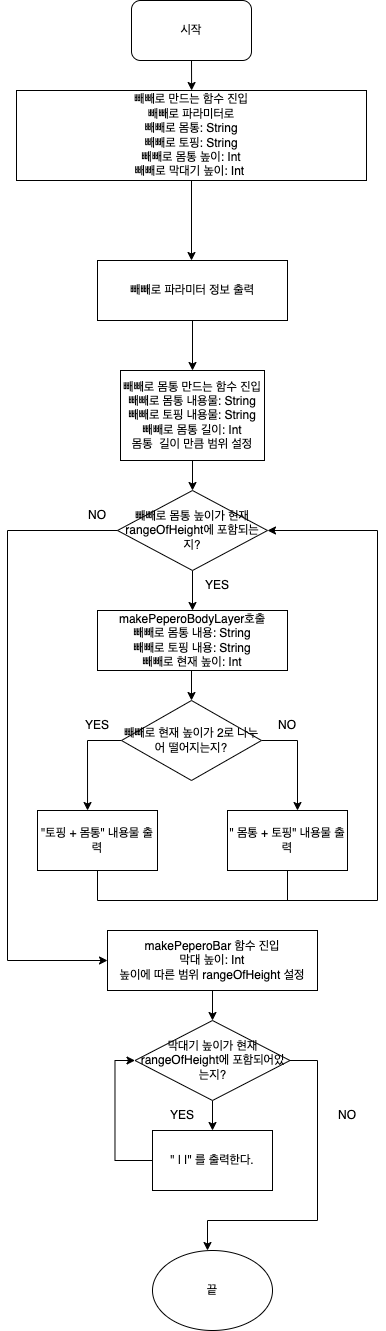
Above: Mission1_PeperoFlowChart.png in yagom-academy/swift-starter-Round1 (draw.io), before the change. Source tidied: cells renumbered, new cells last; positions are measured from the earlier drawing's top-left corner, leaving out a move shared by most shapes.
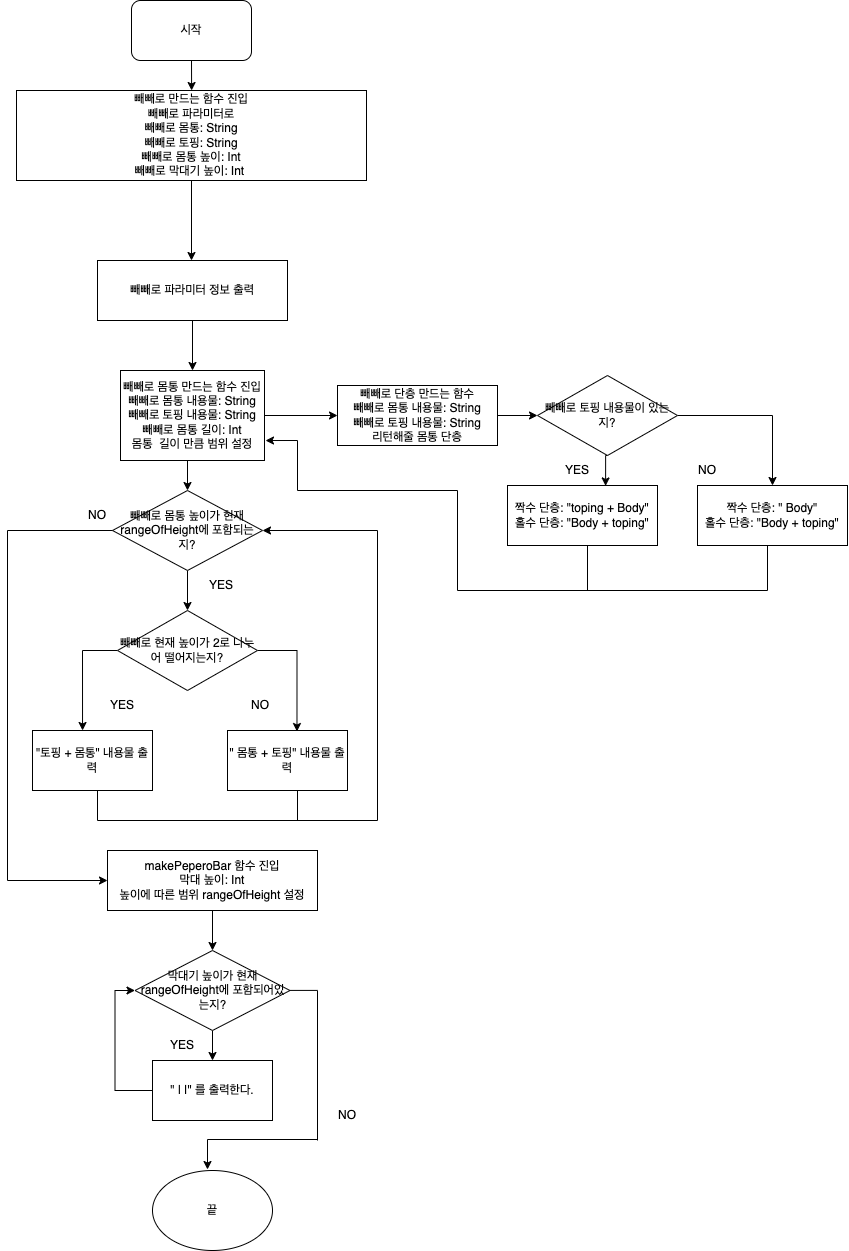
After the commit.

Commit message:
[docs] Mission1: Step3: 빼빼로 만들기 플로우 차트 반영

빼빼로 만들기 로직 변경에 따른 플로우 차트 변경사항을 반영한 패치입니다.

What changed in the source:
```diff
@@ -29,66 +29,57 @@
     <mxCell id="8" style="edgeStyle=orthogonalEdgeStyle;rounded=0;jettySize=auto;html=1;exitX=0.5;exitY=1;exitDx=0;exitDy=0;entryX=0.5;entryY=0;entryDx=0;entryDy=0;" parent="1" edge="1" source="9" target="11">
       <mxGeometry relative="1" as="geometry" />
     </mxCell>
+    <mxCell id="44" style="edgeStyle=orthogonalEdgeStyle;rounded=0;jettySize=auto;html=1;exitX=1;exitY=0.5;exitDx=0;exitDy=0;entryX=0;entryY=0.5;entryDx=0;entryDy=0;" parent="1" edge="1" source="9" target="47">
+      <mxGeometry relative="1" as="geometry" />
+    </mxCell>
     <mxCell id="9" value="빼빼로 몸통 만드는 함수 진입&lt;br&gt;빼빼로 몸통 내용물: String&lt;br&gt;빼빼로 토핑 내용물: String&lt;br&gt;빼빼로 몸통 길이: Int&lt;br&gt;몸통&amp;nbsp; 길이 만큼 범위 설정" style="rounded=0;whiteSpace=wrap;html=1;" parent="1" vertex="1">
       <mxGeometry x="113" y="370" width="144" height="90" as="geometry" />
     </mxCell>
-    <mxCell id="10" style="edgeStyle=orthogonalEdgeStyle;rounded=0;jettySize=auto;html=1;exitX=0.5;exitY=1;exitDx=0;exitDy=0;entryX=0.5;entryY=0;entryDx=0;entryDy=0;" parent="1" edge="1" source="11">
-      <mxGeometry relative="1" as="geometry">
-        <mxPoint x="185" y="610" as="targetPoint" />
-      </mxGeometry>
-    </mxCell>
+    <mxCell id="45" style="edgeStyle=orthogonalEdgeStyle;rounded=0;jettySize=auto;html=1;exitX=0.5;exitY=1;exitDx=0;exitDy=0;entryX=0.5;entryY=0;entryDx=0;entryDy=0;" parent="1" edge="1" source="11" target="17">
+      <mxGeometry relative="1" as="geometry" />
+    </mxCell>
     <mxCell id="11" value="빼빼로 몸통 높이가 현재 rangeOfHeight에 포함되는지?" style="rhombus;whiteSpace=wrap;html=1;" parent="1" vertex="1">
-      <mxGeometry x="110" y="490" width="150" height="80" as="geometry" />
+      <mxGeometry x="105" y="490" width="150" height="80" as="geometry" />
     </mxCell>
     <mxCell id="12" value="YES" style="text;html=1;strokeColor=none;fillColor=none;align=center;verticalAlign=middle;whiteSpace=wrap;rounded=0;" parent="1" vertex="1">
-      <mxGeometry x="180" y="570" width="60" height="30" as="geometry" />
+      <mxGeometry x="184" y="570" width="60" height="30" as="geometry" />
     </mxCell>
-    <mxCell id="13" style="edgeStyle=orthogonalEdgeStyle;rounded=0;jettySize=auto;html=1;entryX=0.5;entryY=0;entryDx=0;entryDy=0;" parent="1" edge="1" target="17">
-      <mxGeometry relative="1" as="geometry">
-        <mxPoint x="184" y="670" as="sourcePoint" />
-      </mxGeometry>
-    </mxCell>
-    <mxCell id="14" value="makePeperoBodyLayer호출&lt;br&gt;빼빼로 몸통 내용: String&lt;br&gt;빼빼로 토핑 내용: String&lt;br&gt;빼빼로 현재 높이: Int" style="rounded=0;whiteSpace=wrap;html=1;" parent="1" vertex="1">
-      <mxGeometry x="90" y="610" width="190" height="60" as="geometry" />
-    </mxCell>
-    <mxCell id="15" style="edgeStyle=orthogonalEdgeStyle;rounded=0;jettySize=auto;html=1;exitX=1;exitY=0.5;exitDx=0;exitDy=0;" parent="1" edge="1" source="17">
-      <mxGeometry relative="1" as="geometry">
-        <mxPoint x="290" y="810" as="targetPoint" />
-      </mxGeometry>
+    <mxCell id="15" style="edgeStyle=orthogonalEdgeStyle;rounded=0;jettySize=auto;html=1;exitX=1;exitY=0.5;exitDx=0;exitDy=0;entryX=0.579;entryY=0.017;entryDx=0;entryDy=0;entryPerimeter=0;" parent="1" edge="1" source="17" target="19">
+      <mxGeometry relative="1" as="geometry" />
     </mxCell>
     <mxCell id="16" style="edgeStyle=orthogonalEdgeStyle;rounded=0;jettySize=auto;html=1;exitX=0;exitY=0.5;exitDx=0;exitDy=0;entryX=0.417;entryY=0;entryDx=0;entryDy=0;entryPerimeter=0;" parent="1" edge="1" source="17" target="18">
       <mxGeometry relative="1" as="geometry" />
     </mxCell>
     <mxCell id="17" value="빼빼로 현재 높이가 2로 나누어 떨어지는지?" style="rhombus;whiteSpace=wrap;html=1;" parent="1" vertex="1">
-      <mxGeometry x="114" y="700" width="140" height="80" as="geometry" />
+      <mxGeometry x="110" y="610" width="140" height="80" as="geometry" />
     </mxCell>
     <mxCell id="18" value="&quot;토핑 + 몸통&quot; 내용물 출력" style="rounded=0;whiteSpace=wrap;html=1;" parent="1" vertex="1">
-      <mxGeometry x="30" y="810" width="120" height="60" as="geometry" />
+      <mxGeometry x="25" y="730" width="120" height="60" as="geometry" />
     </mxCell>
     <mxCell id="19" value="&quot; 몸통 + 토핑&quot; 내용물 출력" style="rounded=0;whiteSpace=wrap;html=1;" parent="1" vertex="1">
-      <mxGeometry x="220" y="810" width="120" height="60" as="geometry" />
+      <mxGeometry x="220" y="730" width="120" height="60" as="geometry" />
     </mxCell>
     <mxCell id="20" style="endArrow=none;html=1;rounded=0;" parent="1" edge="1">
       <mxGeometry relative="1" as="geometry">
-        <mxPoint x="90" y="900" as="sourcePoint" />
-        <mxPoint x="90" y="870" as="targetPoint" />
+        <mxPoint x="90" y="820" as="sourcePoint" />
+        <mxPoint x="90" y="790" as="targetPoint" />
       </mxGeometry>
     </mxCell>
     <mxCell id="21" style="endArrow=none;html=1;rounded=0;" parent="1" edge="1">
       <mxGeometry relative="1" as="geometry">
-        <mxPoint x="280" y="900" as="sourcePoint" />
-        <mxPoint x="280" y="870" as="targetPoint" />
+        <mxPoint x="290" y="820" as="sourcePoint" />
+        <mxPoint x="290" y="790" as="targetPoint" />
       </mxGeometry>
     </mxCell>
     <mxCell id="22" style="endArrow=none;html=1;rounded=0;" parent="1" edge="1">
       <mxGeometry relative="1" as="geometry">
-        <mxPoint x="90" y="900" as="sourcePoint" />
-        <mxPoint x="370" y="900" as="targetPoint" />
+        <mxPoint x="90" y="820" as="sourcePoint" />
+        <mxPoint x="370" y="820" as="targetPoint" />
       </mxGeometry>
     </mxCell>
     <mxCell id="23" style="endArrow=none;html=1;rounded=0;" parent="1" edge="1">
       <mxGeometry relative="1" as="geometry">
-        <mxPoint x="370" y="900" as="sourcePoint" />
+        <mxPoint x="370" y="820" as="sourcePoint" />
         <mxPoint x="370" y="530" as="targetPoint" />
       </mxGeometry>
     </mxCell>
@@ -97,15 +88,14 @@
         <mxPoint x="370" y="530" as="sourcePoint" />
       </mxGeometry>
     </mxCell>
-    <mxCell id="25" style="endArrow=none;html=1;rounded=0;" parent="1" edge="1">
+    <mxCell id="25" style="endArrow=none;html=1;rounded=0;entryX=0.75;entryY=1;entryDx=0;entryDy=0;" parent="1" edge="1" target="27">
       <mxGeometry relative="1" as="geometry">
         <mxPoint y="530" as="sourcePoint" />
-        <mxPoint x="110" y="530" as="targetPoint" />
       </mxGeometry>
     </mxCell>
     <mxCell id="26" style="endArrow=none;html=1;rounded=0;" parent="1" edge="1">
       <mxGeometry relative="1" as="geometry">
-        <mxPoint y="960" as="sourcePoint" />
+        <mxPoint y="880" as="sourcePoint" />
         <mxPoint y="530" as="targetPoint" />
       </mxGeometry>
     </mxCell>
@@ -113,69 +103,137 @@
       <mxGeometry x="60" y="500" width="60" height="30" as="geometry" />
     </mxCell>
     <mxCell id="28" value="YES" style="text;html=1;strokeColor=none;fillColor=none;align=center;verticalAlign=middle;whiteSpace=wrap;rounded=0;" parent="1" vertex="1">
-      <mxGeometry x="60" y="710" width="60" height="30" as="geometry" />
+      <mxGeometry x="85" y="690" width="60" height="30" as="geometry" />
     </mxCell>
     <mxCell id="29" value="NO" style="text;html=1;strokeColor=none;fillColor=none;align=center;verticalAlign=middle;whiteSpace=wrap;rounded=0;" parent="1" vertex="1">
-      <mxGeometry x="250" y="710" width="60" height="30" as="geometry" />
+      <mxGeometry x="222.5" y="690" width="60" height="30" as="geometry" />
     </mxCell>
     <mxCell id="30" style="edgeStyle=orthogonalEdgeStyle;rounded=0;jettySize=auto;html=1;exitX=0.5;exitY=1;exitDx=0;exitDy=0;entryX=0.5;entryY=0;entryDx=0;entryDy=0;" parent="1" edge="1" source="31" target="34">
       <mxGeometry relative="1" as="geometry" />
     </mxCell>
     <mxCell id="31" value="makePeperoBar 함수 진입&lt;br&gt;막대 높이: Int&lt;br&gt;높이에 따른 범위 rangeOfHeight 설정" style="rounded=0;whiteSpace=wrap;html=1;" parent="1" vertex="1">
-      <mxGeometry x="100" y="930" width="210" height="60" as="geometry" />
+      <mxGeometry x="100" y="850" width="210" height="60" as="geometry" />
     </mxCell>
     <mxCell id="32" style="endArrow=classic;html=1;rounded=0;entryX=0;entryY=0.5;entryDx=0;entryDy=0;" parent="1" edge="1" target="31">
       <mxGeometry relative="1" as="geometry">
-        <mxPoint y="960" as="sourcePoint" />
+        <mxPoint y="880" as="sourcePoint" />
       </mxGeometry>
     </mxCell>
     <mxCell id="33" style="edgeStyle=orthogonalEdgeStyle;rounded=0;jettySize=auto;html=1;exitX=0.5;exitY=1;exitDx=0;exitDy=0;entryX=0.5;entryY=0;entryDx=0;entryDy=0;" parent="1" edge="1" source="34" target="36">
       <mxGeometry relative="1" as="geometry" />
     </mxCell>
     <mxCell id="34" value="막대기 높이가 현재 rangeOfHeight에 포함되어있는지?" style="rhombus;whiteSpace=wrap;html=1;" parent="1" vertex="1">
-      <mxGeometry x="127.5" y="1020" width="155" height="80" as="geometry" />
+      <mxGeometry x="127.5" y="950" width="155" height="80" as="geometry" />
     </mxCell>
     <mxCell id="35" style="edgeStyle=orthogonalEdgeStyle;rounded=0;jettySize=auto;html=1;exitX=0;exitY=0.5;exitDx=0;exitDy=0;entryX=0;entryY=0.5;entryDx=0;entryDy=0;" parent="1" edge="1" source="36" target="34">
       <mxGeometry relative="1" as="geometry" />
     </mxCell>
     <mxCell id="36" value="&quot; | |&quot; 를 출력한다." style="rounded=0;whiteSpace=wrap;html=1;" parent="1" vertex="1">
-      <mxGeometry x="145" y="1130" width="120" height="60" as="geometry" />
+      <mxGeometry x="145" y="1060" width="120" height="60" as="geometry" />
     </mxCell>
     <mxCell id="37" value="YES" style="text;html=1;strokeColor=none;fillColor=none;align=center;verticalAlign=middle;whiteSpace=wrap;rounded=0;" parent="1" vertex="1">
-      <mxGeometry x="145" y="1100" width="60" height="30" as="geometry" />
+      <mxGeometry x="145" y="1030" width="60" height="30" as="geometry" />
     </mxCell>
     <mxCell id="38" style="endArrow=none;html=1;rounded=0;" parent="1" edge="1">
       <mxGeometry relative="1" as="geometry">
-        <mxPoint x="282.5" y="1060" as="sourcePoint" />
-        <mxPoint x="310" y="1060" as="targetPoint" />
+        <mxPoint x="282.5" y="989.9" as="sourcePoint" />
+        <mxPoint x="310" y="989.9" as="targetPoint" />
       </mxGeometry>
     </mxCell>
     <mxCell id="39" value="끝" style="ellipse;whiteSpace=wrap;html=1;" parent="1" vertex="1">
-      <mxGeometry x="145" y="1250" width="120" height="80" as="geometry" />
+      <mxGeometry x="145" y="1170" width="120" height="80" as="geometry" />
     </mxCell>
     <mxCell id="40" style="endArrow=none;html=1;rounded=0;" parent="1" edge="1">
       <mxGeometry relative="1" as="geometry">
-        <mxPoint x="310" y="1220" as="sourcePoint" />
-        <mxPoint x="310" y="1060" as="targetPoint" />
+        <mxPoint x="310" y="1140" as="sourcePoint" />
+        <mxPoint x="310" y="990" as="targetPoint" />
       </mxGeometry>
     </mxCell>
     <mxCell id="41" style="endArrow=none;html=1;rounded=0;" parent="1" edge="1">
       <mxGeometry relative="1" as="geometry">
-        <mxPoint x="200" y="1220" as="sourcePoint" />
-        <mxPoint x="310" y="1220" as="targetPoint" />
+        <mxPoint x="200" y="1139" as="sourcePoint" />
+        <mxPoint x="310" y="1139" as="targetPoint" />
       </mxGeometry>
     </mxCell>
     <mxCell id="42" style="endArrow=classic;html=1;rounded=0;" parent="1" edge="1">
       <mxGeometry relative="1" as="geometry">
-        <mxPoint x="200" y="1220" as="sourcePoint" />
-        <mxPoint x="200" y="1250" as="targetPoint" />
+        <mxPoint x="200" y="1139" as="sourcePoint" />
+        <mxPoint x="200" y="1169" as="targetPoint" />
         <Array as="points">
-          <mxPoint x="200" y="1220" />
+          <mxPoint x="200" y="1139" />
         </Array>
       </mxGeometry>
     </mxCell>
     <mxCell id="43" value="NO" style="text;html=1;strokeColor=none;fillColor=none;align=center;verticalAlign=middle;whiteSpace=wrap;rounded=0;" parent="1" vertex="1">
       <mxGeometry x="310" y="1100" width="60" height="30" as="geometry" />
     </mxCell>
+    <mxCell id="46" style="edgeStyle=orthogonalEdgeStyle;rounded=0;jettySize=auto;html=1;exitX=1;exitY=0.5;exitDx=0;exitDy=0;entryX=0;entryY=0.5;entryDx=0;entryDy=0;" parent="1" edge="1" source="47" target="50">
+      <mxGeometry relative="1" as="geometry" />
+    </mxCell>
+    <mxCell id="47" value="빼빼로 단층 만드는 함수&lt;br&gt;빼빼로 몸통 내용물: String&lt;br&gt;빼빼로 토핑 내용물: String&lt;br&gt;리턴해줄 몸통 단층" style="rounded=0;whiteSpace=wrap;html=1;" parent="1" vertex="1">
+      <mxGeometry x="330" y="385" width="160" height="60" as="geometry" />
+    </mxCell>
+    <mxCell id="48" style="edgeStyle=orthogonalEdgeStyle;rounded=0;jettySize=auto;html=1;exitX=0.5;exitY=1;exitDx=0;exitDy=0;entryX=0.654;entryY=0.007;entryDx=0;entryDy=0;entryPerimeter=0;" parent="1" edge="1" source="50" target="51">
+      <mxGeometry relative="1" as="geometry" />
+    </mxCell>
+    <mxCell id="49" style="edgeStyle=orthogonalEdgeStyle;rounded=0;jettySize=auto;html=1;exitX=1;exitY=0.5;exitDx=0;exitDy=0;" parent="1" edge="1" source="50" target="52">
+      <mxGeometry relative="1" as="geometry" />
+    </mxCell>
+    <mxCell id="50" value="빼빼로 토핑 내용물이 있는지?" style="rhombus;whiteSpace=wrap;html=1;" parent="1" vertex="1">
+      <mxGeometry x="530" y="375" width="140" height="80" as="geometry" />
+    </mxCell>
+    <mxCell id="51" value="짝수 단층: &quot;toping + Body&quot;&lt;br&gt;홀수 단층: &quot;Body +&amp;nbsp;toping&quot;" style="rounded=0;whiteSpace=wrap;html=1;" parent="1" vertex="1">
+      <mxGeometry x="500" y="485" width="150" height="60" as="geometry" />
+    </mxCell>
+    <mxCell id="52" value="짝수 단층: &quot; Body&quot;&lt;br&gt;홀수 단층: &quot;Body +&amp;nbsp;toping&quot;" style="rounded=0;whiteSpace=wrap;html=1;" parent="1" vertex="1">
+      <mxGeometry x="690" y="485" width="150" height="60" as="geometry" />
+    </mxCell>
+    <mxCell id="53" value="YES" style="text;html=1;strokeColor=none;fillColor=none;align=center;verticalAlign=middle;whiteSpace=wrap;rounded=0;" parent="1" vertex="1">
+      <mxGeometry x="540" y="455" width="60" height="30" as="geometry" />
+    </mxCell>
+    <mxCell id="54" value="NO" style="text;html=1;strokeColor=none;fillColor=none;align=center;verticalAlign=middle;whiteSpace=wrap;rounded=0;" parent="1" vertex="1">
+      <mxGeometry x="670" y="455" width="60" height="30" as="geometry" />
+    </mxCell>
+    <mxCell id="55" style="endArrow=none;html=1;rounded=0;" parent="1" edge="1">
+      <mxGeometry relative="1" as="geometry">
+        <mxPoint x="580" y="590" as="sourcePoint" />
+        <mxPoint x="580" y="545" as="targetPoint" />
+      </mxGeometry>
+    </mxCell>
+    <mxCell id="56" style="endArrow=none;html=1;rounded=0;" parent="1" edge="1">
+      <mxGeometry relative="1" as="geometry">
+        <mxPoint x="760" y="590" as="sourcePoint" />
+        <mxPoint x="760" y="545" as="targetPoint" />
+      </mxGeometry>
+    </mxCell>
+    <mxCell id="57" style="endArrow=none;html=1;rounded=0;" parent="1" edge="1">
+      <mxGeometry relative="1" as="geometry">
+        <mxPoint x="760" y="590" as="sourcePoint" />
+        <mxPoint x="450" y="590" as="targetPoint" />
+      </mxGeometry>
+    </mxCell>
+    <mxCell id="58" style="endArrow=none;html=1;rounded=0;" parent="1" edge="1">
+      <mxGeometry relative="1" as="geometry">
+        <mxPoint x="450" y="490" as="sourcePoint" />
+        <mxPoint x="450" y="590" as="targetPoint" />
+      </mxGeometry>
+    </mxCell>
+    <mxCell id="59" style="endArrow=none;html=1;rounded=0;" parent="1" edge="1">
+      <mxGeometry relative="1" as="geometry">
+        <mxPoint x="290" y="490" as="sourcePoint" />
+        <mxPoint x="450" y="490" as="targetPoint" />
+      </mxGeometry>
+    </mxCell>
+    <mxCell id="60" style="endArrow=none;html=1;rounded=0;" parent="1" edge="1">
+      <mxGeometry relative="1" as="geometry">
+        <mxPoint x="290" y="490" as="sourcePoint" />
+        <mxPoint x="290" y="440" as="targetPoint" />
+      </mxGeometry>
+    </mxCell>
+    <mxCell id="61" style="endArrow=classic;html=1;rounded=0;entryX=1.007;entryY=0.778;entryDx=0;entryDy=0;entryPerimeter=0;" parent="1" edge="1" target="9">
+      <mxGeometry relative="1" as="geometry">
+        <mxPoint x="290" y="440" as="sourcePoint" />
+      </mxGeometry>
+    </mxCell>
   </root>
 </mxGraphModel>
```
